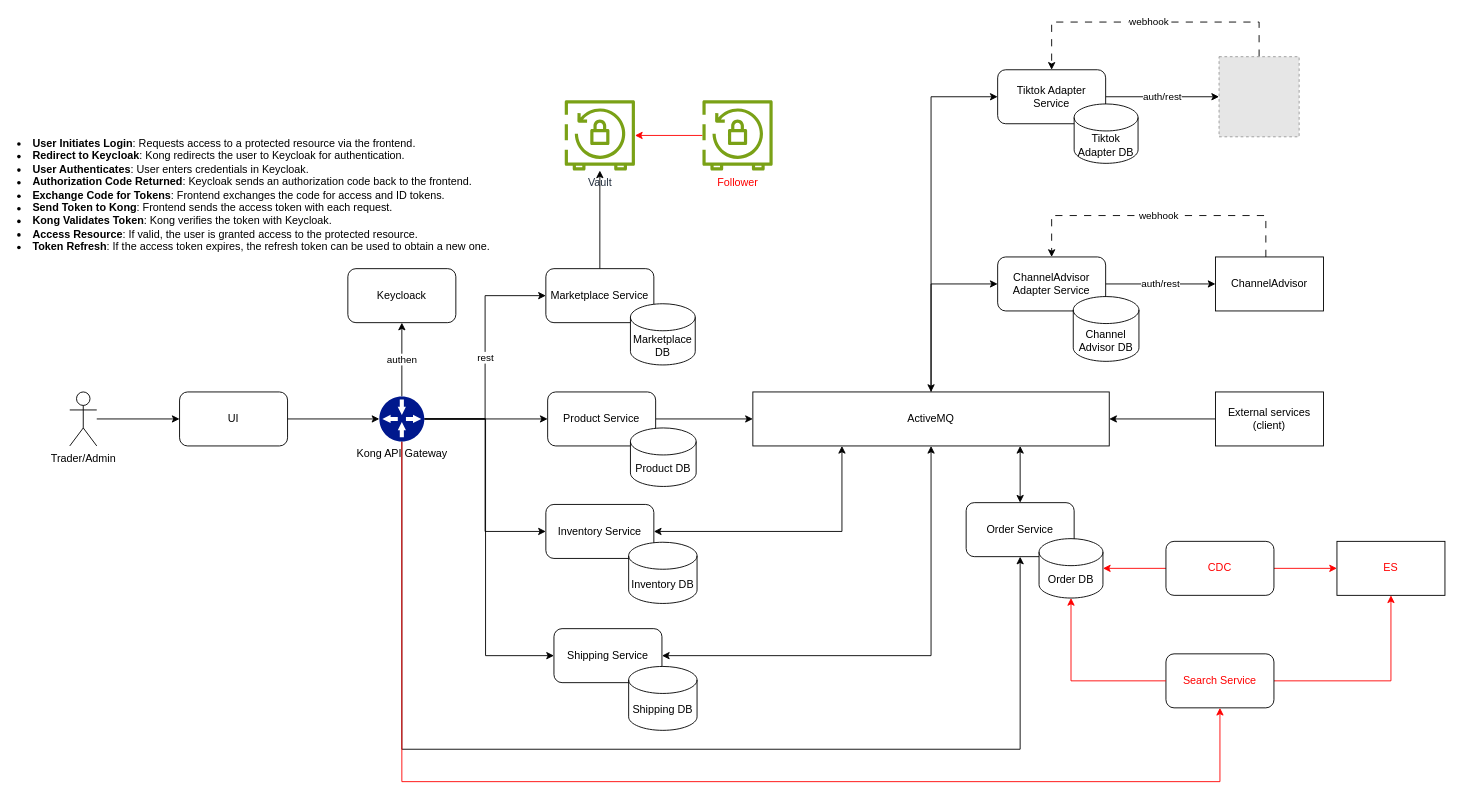
Earlier version of the draw.io diagram page "Page-17" (17 of 17) of hibernate.drawio (minhtran-q/hibernate-knowledge). Source tidied: cells renumbered, new cells numbered last; positions are measured from the earlier drawing's top-left corner, leaving out a move shared by most shapes. Both pictures are drawn from the tidied source at 90%, with x=0, y=0 at pixel (15, 22). Pictures stored in the file or linked from it are replaced by grey dashed boxes.
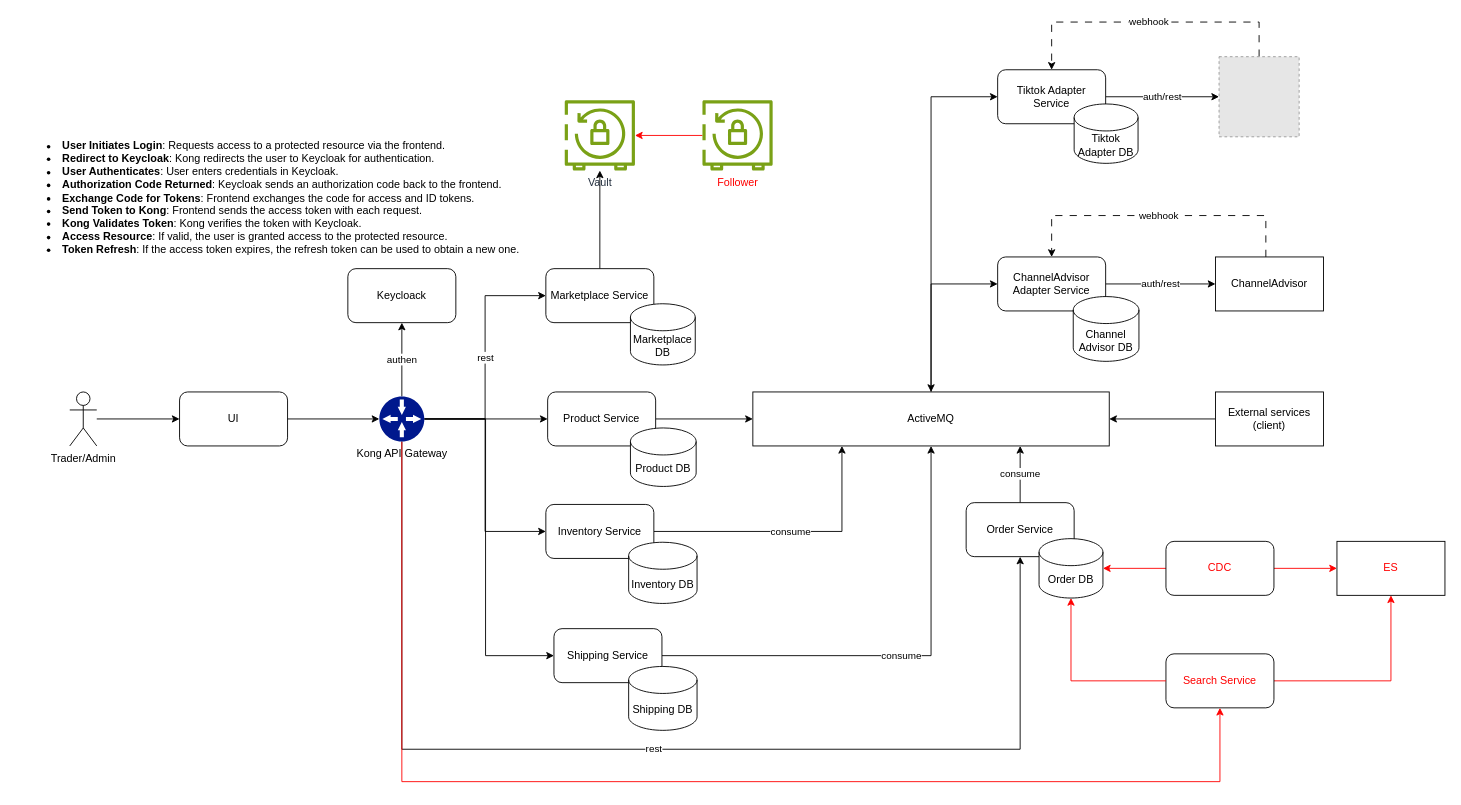
The same diagram, later.

Unchanged cells that the change refers to:
```xml
<mxCell id="12" value="Kong API Gateway" style="sketch=0;shadow=0;dashed=0;html=1;strokeColor=none;labelPosition=center;verticalLabelPosition=bottom;verticalAlign=top;align=center;fillColor=#00188D;shape=mxgraph.mscae.enterprise.gateway;" parent="1" vertex="1">
  <mxGeometry x="404" y="416" width="50" height="50" as="geometry" />
</mxCell>
<mxCell id="23" value="ActiveMQ" style="rounded=0;whiteSpace=wrap;html=1;" parent="1" vertex="1">
  <mxGeometry x="819" y="411" width="396" height="60" as="geometry" />
</mxCell>
<mxCell id="25" value="Inventory Service" style="rounded=1;whiteSpace=wrap;html=1;" parent="1" vertex="1">
  <mxGeometry x="589" y="536" width="120" height="60" as="geometry" />
</mxCell>
<mxCell id="36" value="Order Service" style="rounded=1;whiteSpace=wrap;html=1;" parent="1" vertex="1">
  <mxGeometry x="1056" y="534" width="120" height="60" as="geometry" />
</mxCell>
<mxCell id="38" value="Shipping Service" style="rounded=1;whiteSpace=wrap;html=1;" parent="1" vertex="1">
  <mxGeometry x="598" y="674" width="120" height="60" as="geometry" />
</mxCell>
```

What changed in the source:
```diff
@@
-    <mxCell id="9" style="edgeStyle=orthogonalEdgeStyle;rounded=0;jettySize=auto;html=1;entryX=0.5;entryY=1;entryDx=0;entryDy=0;" parent="1" edge="1" source="12" target="36">
+    <mxCell id="9" value="rest" style="edgeStyle=orthogonalEdgeStyle;rounded=0;jettySize=auto;html=1;entryX=0.5;entryY=1;entryDx=0;entryDy=0;" parent="1" edge="1" source="12" target="36">
       <mxGeometry relative="1" as="geometry">
         <Array as="points">
           <mxPoint x="429" y="808" />
           <mxPoint x="1116" y="808" />
         </Array>
       </mxGeometry>
     </mxCell>
@@
-    <mxCell id="24" style="edgeStyle=orthogonalEdgeStyle;rounded=0;jettySize=auto;html=1;entryX=0.25;entryY=1;entryDx=0;entryDy=0;startArrow=classic;startFill=1;" parent="1" edge="1" source="25" target="23">
+    <mxCell id="24" value="consume" style="edgeStyle=orthogonalEdgeStyle;rounded=0;jettySize=auto;html=1;entryX=0.25;entryY=1;entryDx=0;entryDy=0;startArrow=none;startFill=0;strokeColor=default;align=center;verticalAlign=middle;fontFamily=Helvetica;fontSize=11;fontColor=default;labelBackgroundColor=default;endArrow=classic;" parent="1" edge="1" source="25" target="23">
       <mxGeometry relative="1" as="geometry" />
     </mxCell>
@@
-    <mxCell id="35" style="edgeStyle=orthogonalEdgeStyle;rounded=0;jettySize=auto;html=1;entryX=0.75;entryY=1;entryDx=0;entryDy=0;startArrow=classic;startFill=1;" parent="1" edge="1" source="36" target="23">
+    <mxCell id="35" value="consume" style="edgeStyle=orthogonalEdgeStyle;rounded=0;jettySize=auto;html=1;entryX=0.75;entryY=1;entryDx=0;entryDy=0;startArrow=none;startFill=0;" parent="1" edge="1" source="36" target="23">
       <mxGeometry relative="1" as="geometry" />
     </mxCell>
@@
-    <mxCell id="37" style="edgeStyle=orthogonalEdgeStyle;rounded=0;jettySize=auto;html=1;startArrow=classic;startFill=1;" parent="1" edge="1" source="38" target="23">
+    <mxCell id="37" value="consume" style="edgeStyle=orthogonalEdgeStyle;rounded=0;jettySize=auto;html=1;startArrow=none;startFill=0;strokeColor=default;align=center;verticalAlign=middle;fontFamily=Helvetica;fontSize=11;fontColor=default;labelBackgroundColor=default;endArrow=classic;" parent="1" edge="1" source="38" target="23">
       <mxGeometry relative="1" as="geometry" />
     </mxCell>
@@
     <mxCell id="55" value="&lt;li&gt;&lt;strong&gt;User Initiates Login&lt;/strong&gt;: Requests access to a protected resource via the frontend.&lt;/li&gt;&lt;li&gt;&lt;strong&gt;Redirect to Keycloak&lt;/strong&gt;: Kong redirects the user to Keycloak for authentication.&lt;/li&gt;&lt;li&gt;&lt;strong&gt;User Authenticates&lt;/strong&gt;: User enters credentials in Keycloak.&lt;/li&gt;&lt;li&gt;&lt;strong&gt;Authorization Code Returned&lt;/strong&gt;: Keycloak sends an authorization code back to the frontend.&lt;/li&gt;&lt;li&gt;&lt;strong&gt;Exchange Code for Tokens&lt;/strong&gt;: Frontend exchanges the code for access and ID tokens.&lt;/li&gt;&lt;li&gt;&lt;strong&gt;Send Token to Kong&lt;/strong&gt;: Frontend sends the access token with each request.&lt;/li&gt;&lt;li&gt;&lt;strong&gt;Kong Validates Token&lt;/strong&gt;: Kong verifies the token with Keycloak.&lt;/li&gt;&lt;li&gt;&lt;strong&gt;Access Resource&lt;/strong&gt;: If valid, the user is granted access to the protected resource.&lt;/li&gt;&lt;li&gt;&lt;strong&gt;Token Refresh&lt;/strong&gt;: If the access token expires, the refresh token can be used to obtain a new one.&lt;/li&gt;" style="text;whiteSpace=wrap;html=1;" parent="1" vertex="1">
-      <mxGeometry y="121" width="550" height="150" as="geometry" />
+      <mxGeometry x="33" y="124" width="550" height="150" as="geometry" />
     </mxCell>
```
